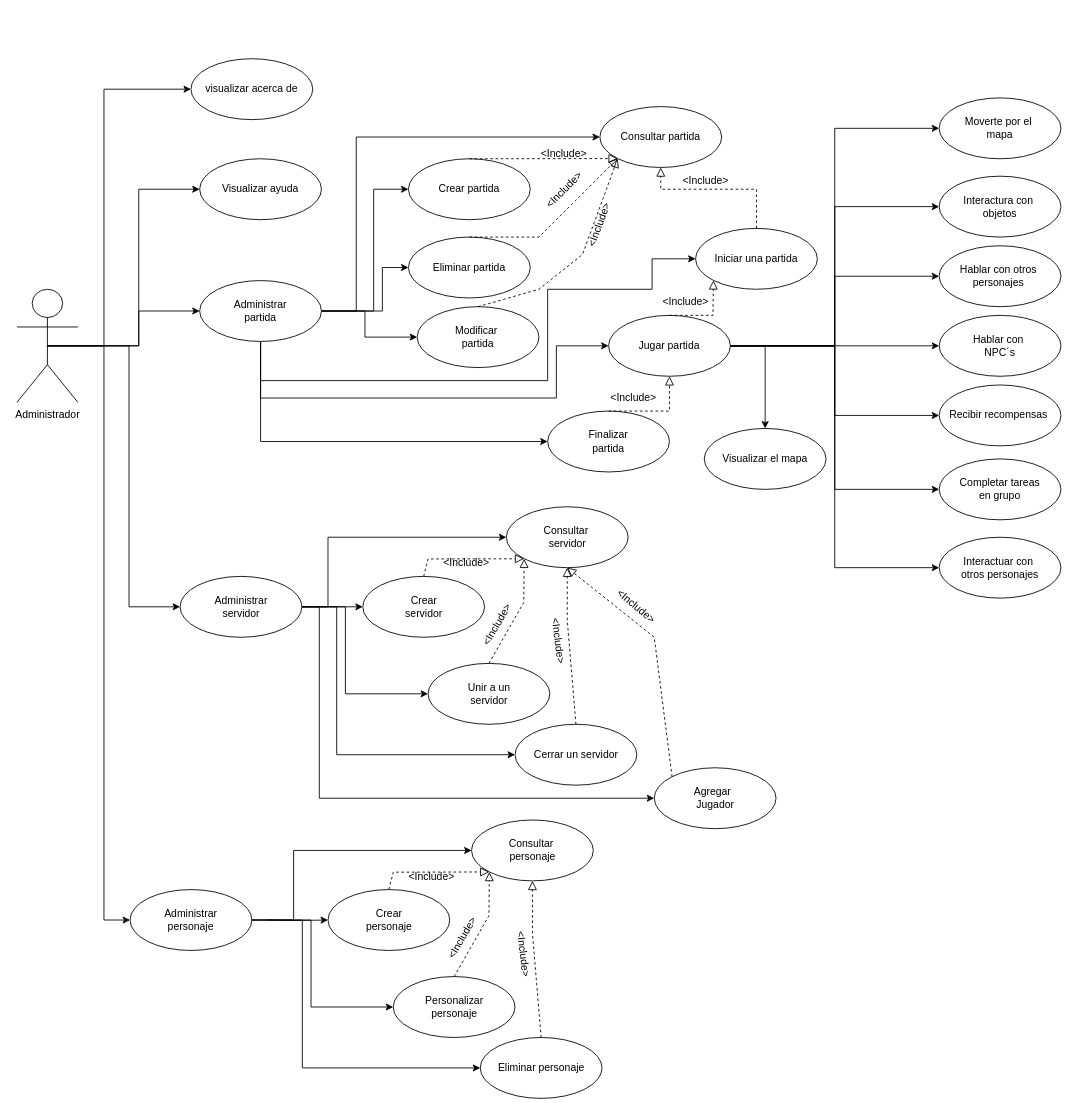
Above: page "Casos de uso" (1 of 7) of UML/UML.drawio in Carlos19men/EcoCrossing (draw.io), before the change. Source tidied: cells renumbered, new cells numbered last; positions are measured from the earlier drawing's top-left corner, leaving out a move shared by most shapes. Both pictures are drawn from the tidied source at 87%, with x=0, y=0 at pixel (17, 58).
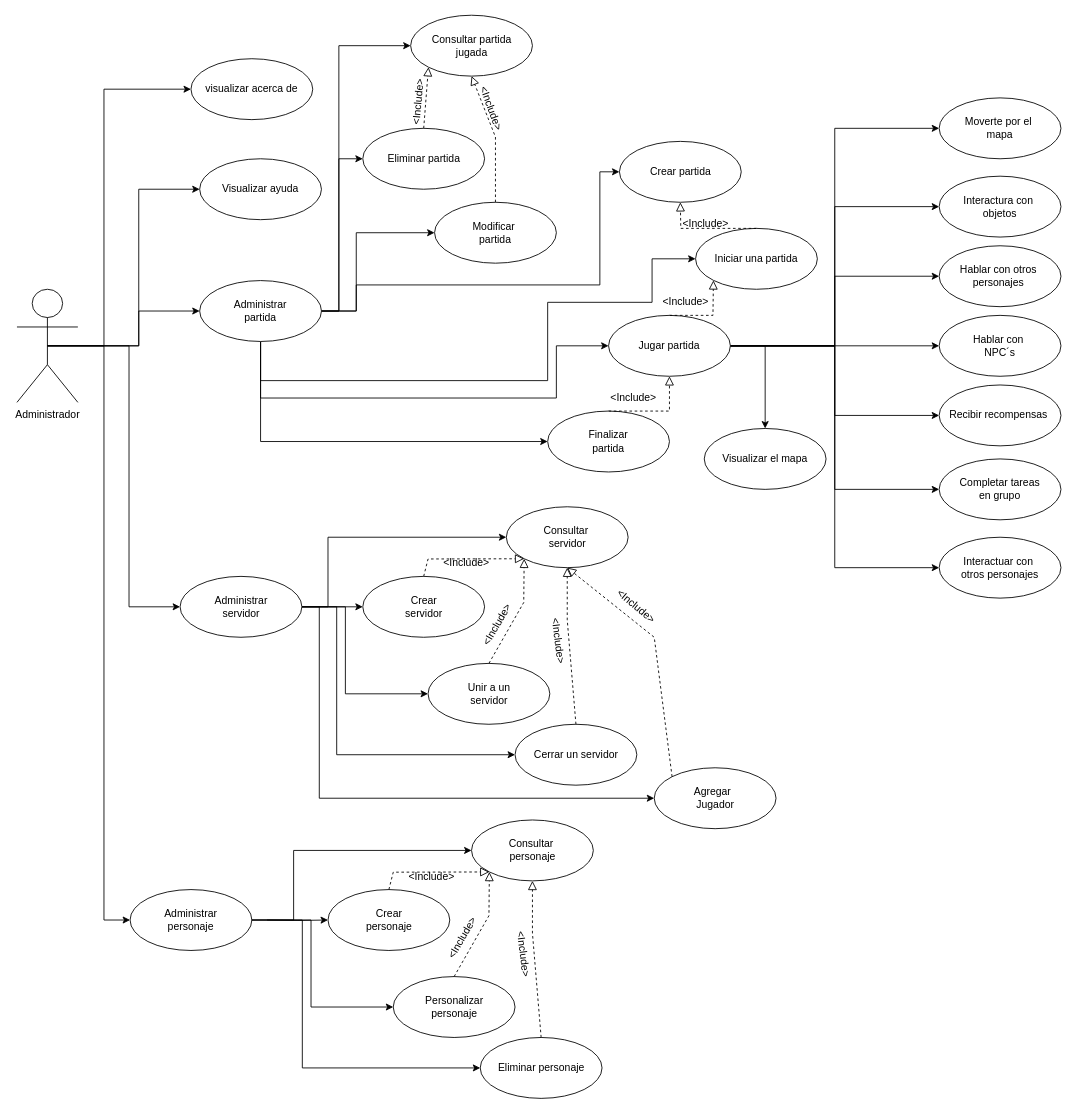
The same diagram, later.

Unchanged cells that the change refers to:
```xml
<mxCell id="15" value="Administrar&lt;br&gt;partida" style="ellipse;whiteSpace=wrap;html=1;" parent="1" vertex="1">
  <mxGeometry x="210" y="255" width="140" height="70" as="geometry" />
</mxCell>
<mxCell id="43" value="Iniciar una partida" style="ellipse;whiteSpace=wrap;html=1;" parent="1" vertex="1">
  <mxGeometry x="780" y="195" width="140" height="70" as="geometry" />
</mxCell>
```

What changed in the source:
```diff
@@
     <mxCell id="7" style="edgeStyle=orthogonalEdgeStyle;rounded=0;jettySize=auto;html=1;exitX=1;exitY=0.5;exitDx=0;exitDy=0;entryX=0;entryY=0.5;entryDx=0;entryDy=0;" parent="1" edge="1" source="15" target="23">
       <mxGeometry relative="1" as="geometry">
         <Array as="points">
-          <mxPoint x="390" y="290" />
-          <mxPoint x="390" y="90" />
+          <mxPoint x="370" y="290" />
+          <mxPoint x="370" y="-15" />
         </Array>
       </mxGeometry>
     </mxCell>
     <mxCell id="8" style="edgeStyle=orthogonalEdgeStyle;rounded=0;jettySize=auto;html=1;exitX=1;exitY=0.5;exitDx=0;exitDy=0;entryX=0;entryY=0.5;entryDx=0;entryDy=0;" parent="1" edge="1" source="15" target="24">
       <mxGeometry relative="1" as="geometry">
         <Array as="points">
-          <mxPoint x="410" y="290" />
-          <mxPoint x="410" y="150" />
+          <mxPoint x="390" y="290" />
+          <mxPoint x="390" y="260" />
+          <mxPoint x="670" y="260" />
+          <mxPoint x="670" y="130" />
         </Array>
       </mxGeometry>
     </mxCell>
     <mxCell id="9" style="edgeStyle=orthogonalEdgeStyle;rounded=0;jettySize=auto;html=1;exitX=1;exitY=0.5;exitDx=0;exitDy=0;entryX=0;entryY=0.5;entryDx=0;entryDy=0;" parent="1" edge="1" source="15" target="25">
       <mxGeometry relative="1" as="geometry">
         <Array as="points">
-          <mxPoint x="420" y="290" />
-          <mxPoint x="420" y="240" />
+          <mxPoint x="370" y="290" />
+          <mxPoint x="370" y="115" />
         </Array>
       </mxGeometry>
     </mxCell>
     <mxCell id="10" style="edgeStyle=orthogonalEdgeStyle;rounded=0;jettySize=auto;html=1;exitX=1;exitY=0.5;exitDx=0;exitDy=0;entryX=0;entryY=0.5;entryDx=0;entryDy=0;" parent="1" edge="1" source="15" target="26">
       <mxGeometry relative="1" as="geometry">
         <Array as="points">
-          <mxPoint x="400" y="290" />
-          <mxPoint x="400" y="320" />
+          <mxPoint x="390" y="290" />
+          <mxPoint x="390" y="200" />
         </Array>
       </mxGeometry>
     </mxCell>
@@
     <mxCell id="12" style="edgeStyle=orthogonalEdgeStyle;rounded=0;jettySize=auto;html=1;exitX=0.5;exitY=1;exitDx=0;exitDy=0;entryX=0;entryY=0.5;entryDx=0;entryDy=0;" parent="1" edge="1" source="15" target="43">
       <mxGeometry relative="1" as="geometry">
         <Array as="points">
           <mxPoint x="280" y="370" />
           <mxPoint x="610" y="370" />
-          <mxPoint x="610" y="265" />
-          <mxPoint x="730" y="265" />
+          <mxPoint x="610" y="280" />
+          <mxPoint x="730" y="280" />
           <mxPoint x="730" y="230" />
         </Array>
       </mxGeometry>
     </mxCell>
@@
-    <mxCell id="23" value="Consultar partida" style="ellipse;whiteSpace=wrap;html=1;" parent="1" vertex="1">
-      <mxGeometry x="670" y="55" width="140" height="70" as="geometry" />
+    <mxCell id="23" value="Consultar partida&lt;br&gt;jugada" style="ellipse;whiteSpace=wrap;html=1;" parent="1" vertex="1">
+      <mxGeometry x="452.5" y="-50" width="140" height="70" as="geometry" />
     </mxCell>
     <mxCell id="24" value="Crear partida" style="ellipse;whiteSpace=wrap;html=1;" parent="1" vertex="1">
-      <mxGeometry x="450" y="115" width="140" height="70" as="geometry" />
+      <mxGeometry x="692.5" y="95" width="140" height="70" as="geometry" />
     </mxCell>
     <mxCell id="25" value="Eliminar partida" style="ellipse;whiteSpace=wrap;html=1;" parent="1" vertex="1">
-      <mxGeometry x="450" y="205" width="140" height="70" as="geometry" />
+      <mxGeometry x="397.5" y="80" width="140" height="70" as="geometry" />
     </mxCell>
     <mxCell id="26" value="Modificar&amp;nbsp;&lt;br&gt;partida" style="ellipse;whiteSpace=wrap;html=1;" parent="1" vertex="1">
-      <mxGeometry x="460" y="285" width="140" height="70" as="geometry" />
+      <mxGeometry x="480" y="165" width="140" height="70" as="geometry" />
     </mxCell>
-    <mxCell id="27" style="endArrow=block;startArrow=none;endFill=0;startFill=0;endSize=8;html=1;verticalAlign=bottom;dashed=1;labelBackgroundColor=none;rounded=0;exitX=0.5;exitY=0;exitDx=0;exitDy=0;entryX=0;entryY=1;entryDx=0;entryDy=0;" parent="1" edge="1" source="24" target="23">
-      <mxGeometry relative="1" as="geometry" />
-    </mxCell>
-    <mxCell id="28" value="&amp;lt;Include&amp;gt;&amp;nbsp;" style="text;html=1;align=center;verticalAlign=middle;strokeColor=none;fillColor=none;" parent="1" vertex="1">
-      <mxGeometry x="590" y="95" width="80" height="30" as="geometry" />
-    </mxCell>
     <mxCell id="29" style="endArrow=block;startArrow=none;endFill=0;startFill=0;endSize=8;html=1;verticalAlign=bottom;dashed=1;labelBackgroundColor=none;rounded=0;exitX=0.5;exitY=0;exitDx=0;exitDy=0;entryX=0;entryY=1;entryDx=0;entryDy=0;" parent="1" edge="1" source="25" target="23">
-      <mxGeometry relative="1" as="geometry">
-        <Array as="points">
-          <mxPoint x="600" y="205" />
-        </Array>
-      </mxGeometry>
+      <mxGeometry relative="1" as="geometry" />
     </mxCell>
-    <mxCell id="30" value="&amp;lt;Include&amp;gt;&amp;nbsp;" style="text;html=1;align=center;verticalAlign=middle;strokeColor=none;fillColor=none;rotation=-45;" parent="1" vertex="1">
-      <mxGeometry x="590" y="135" width="80" height="30" as="geometry" />
+    <mxCell id="30" value="&amp;lt;Include&amp;gt;&amp;nbsp;" style="text;html=1;align=center;verticalAlign=middle;strokeColor=none;fillColor=none;rotation=70;" parent="1" vertex="1">
+      <mxGeometry x="505.5" y="43" width="80" height="30" as="geometry" />
     </mxCell>
-    <mxCell id="31" value="&amp;lt;Include&amp;gt;&amp;nbsp;" style="text;html=1;align=center;verticalAlign=middle;strokeColor=none;fillColor=none;rotation=-70;" parent="1" vertex="1">
-      <mxGeometry x="630" y="175" width="80" height="30" as="geometry" />
+    <mxCell id="31" value="&amp;lt;Include&amp;gt;&amp;nbsp;" style="text;html=1;align=center;verticalAlign=middle;strokeColor=none;fillColor=none;rotation=-85;" parent="1" vertex="1">
+      <mxGeometry x="421.5" y="34" width="80" height="30" as="geometry" />
     </mxCell>
-    <mxCell id="32" style="endArrow=block;startArrow=none;endFill=0;startFill=0;endSize=8;html=1;verticalAlign=bottom;dashed=1;labelBackgroundColor=none;rounded=0;exitX=0.5;exitY=0;exitDx=0;exitDy=0;entryX=0;entryY=1;entryDx=0;entryDy=0;" parent="1" edge="1" source="26" target="23">
+    <mxCell id="32" style="endArrow=block;startArrow=none;endFill=0;startFill=0;endSize=8;html=1;verticalAlign=bottom;dashed=1;labelBackgroundColor=none;rounded=0;exitX=0.5;exitY=0;exitDx=0;exitDy=0;entryX=0.5;entryY=1;entryDx=0;entryDy=0;" parent="1" edge="1" source="26" target="23">
       <mxGeometry relative="1" as="geometry">
         <Array as="points">
-          <mxPoint x="600" y="265" />
-          <mxPoint x="650" y="225" />
+          <mxPoint x="550" y="120" />
+          <mxPoint x="550" y="90" />
         </Array>
       </mxGeometry>
     </mxCell>
@@
-    <mxCell id="85" style="endArrow=block;startArrow=none;endFill=0;startFill=0;endSize=8;html=1;verticalAlign=bottom;dashed=1;labelBackgroundColor=none;rounded=0;exitX=0.5;exitY=0;exitDx=0;exitDy=0;entryX=0.5;entryY=1;entryDx=0;entryDy=0;" parent="1" edge="1" source="43" target="23">
-      <mxGeometry relative="1" as="geometry">
-        <Array as="points">
-          <mxPoint x="850" y="150" />
-          <mxPoint x="740" y="150" />
-        </Array>
-      </mxGeometry>
-    </mxCell>
-    <mxCell id="86" value="&amp;lt;Include&amp;gt;&amp;nbsp;" style="text;html=1;align=center;verticalAlign=middle;strokeColor=none;fillColor=none;rotation=0;" parent="1" vertex="1">
-      <mxGeometry x="752.5" y="125" width="80" height="30" as="geometry" />
-    </mxCell>
+    <mxCell id="28" value="&amp;lt;Include&amp;gt;&amp;nbsp;" style="text;html=1;align=center;verticalAlign=middle;strokeColor=none;fillColor=none;" parent="1" vertex="1">
+      <mxGeometry x="752.5" y="175" width="80" height="30" as="geometry" />
+    </mxCell>
+    <mxCell id="87" style="endArrow=block;startArrow=none;endFill=0;startFill=0;endSize=8;html=1;verticalAlign=bottom;dashed=1;labelBackgroundColor=none;rounded=0;exitX=0.5;exitY=0;exitDx=0;exitDy=0;entryX=0.5;entryY=1;entryDx=0;entryDy=0;" parent="1" edge="1" source="43" target="24">
+      <mxGeometry relative="1" as="geometry">
+        <Array as="points">
+          <mxPoint x="763" y="195" />
+        </Array>
+      </mxGeometry>
+    </mxCell>
```
